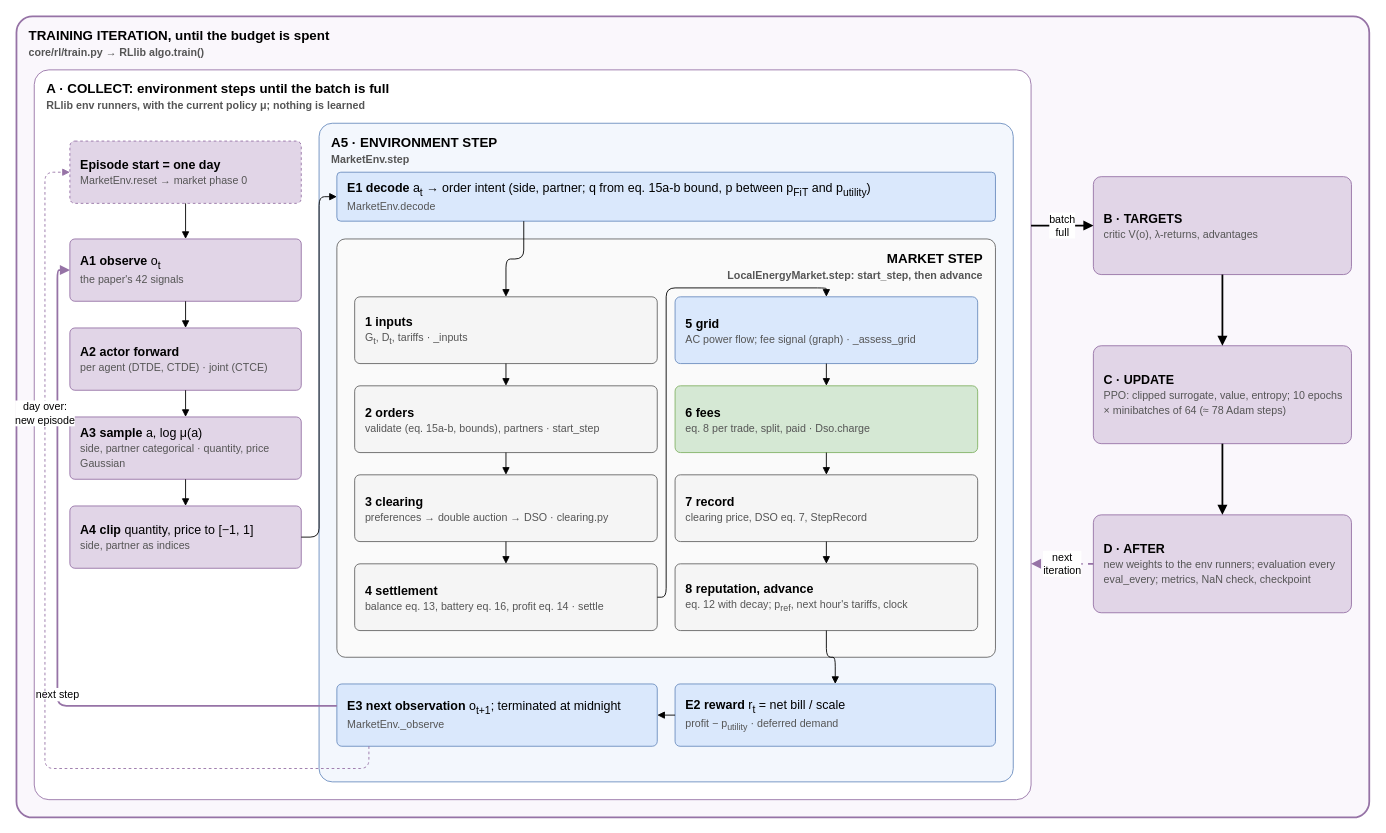
This is docs/methodology/diagrams/full_cycle.drawio from KevinRapo/P2P-thesis, a draw.io file, before an edit. Source tidied: cells renumbered, new cells numbered last; positions are measured from the earlier drawing's top-left corner, leaving out a move shared by most shapes. Both pictures are drawn from the tidied source at 89%, with x=0, y=0 at pixel (16, 16).
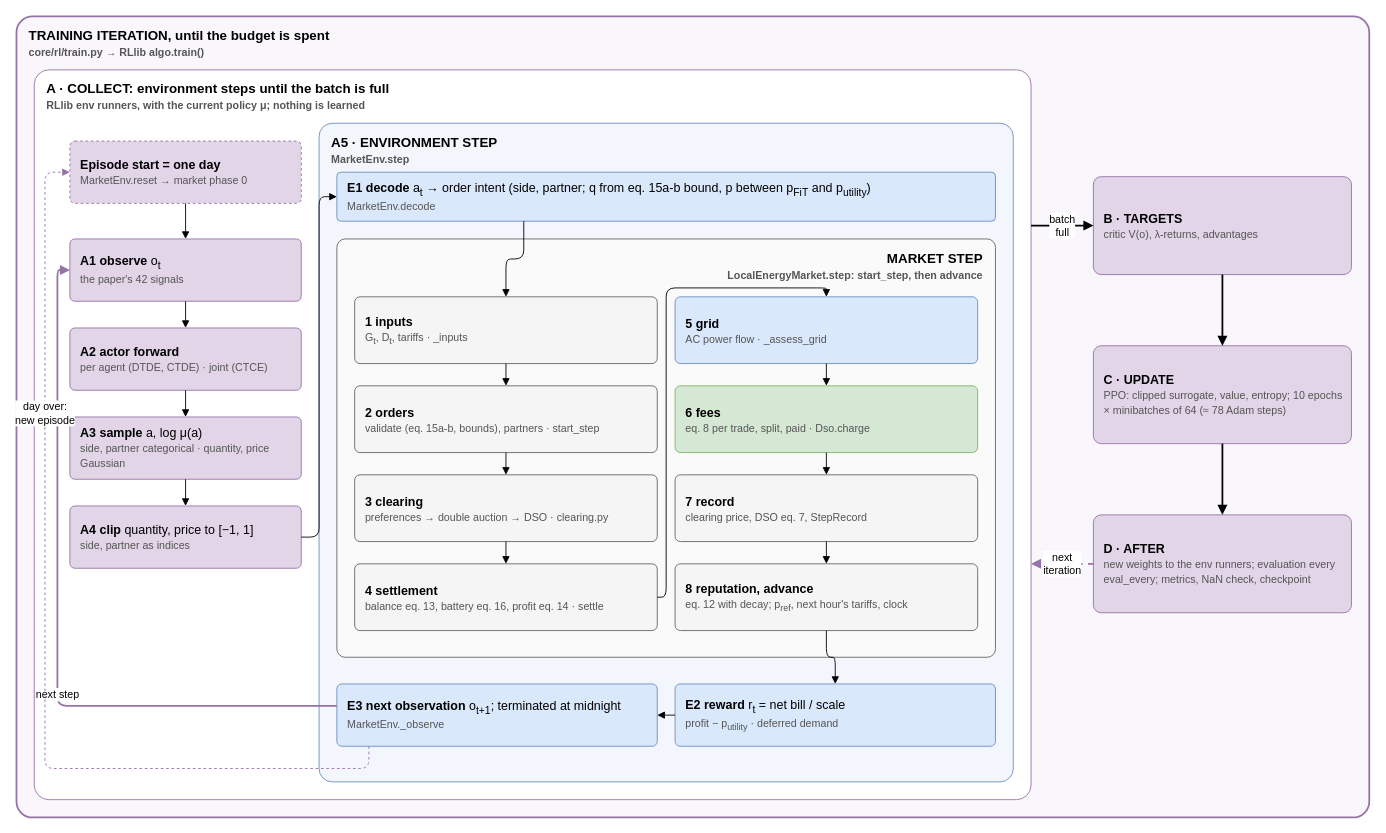
The same diagram, later.

The edit, as a diff of the source:
```diff
@@
-    <mxCell id="16" value="&lt;b&gt;5 grid&lt;/b&gt;&lt;br&gt;&lt;font style=&quot;font-size:12px&quot; color=&quot;#555555&quot;&gt;AC power flow; fee signal (graph) · _assess_grid&lt;/font&gt;" style="rounded=1;whiteSpace=wrap;html=1;fontSize=14;arcSize=8;align=left;verticalAlign=middle;spacingLeft=10;spacingRight=6;fillColor=#dae8fc;strokeColor=#6c8ebf;" parent="1" vertex="1">
+    <mxCell id="16" value="&lt;b&gt;5 grid&lt;/b&gt;&lt;br&gt;&lt;font style=&quot;font-size:12px&quot; color=&quot;#555555&quot;&gt;AC power flow · _assess_grid&lt;/font&gt;" style="rounded=1;whiteSpace=wrap;html=1;fontSize=14;arcSize=8;align=left;verticalAlign=middle;spacingLeft=10;spacingRight=6;fillColor=#dae8fc;strokeColor=#6c8ebf;" parent="1" vertex="1">
       <mxGeometry x="740" y="315" width="340" height="75" as="geometry" />
     </mxCell>
```
